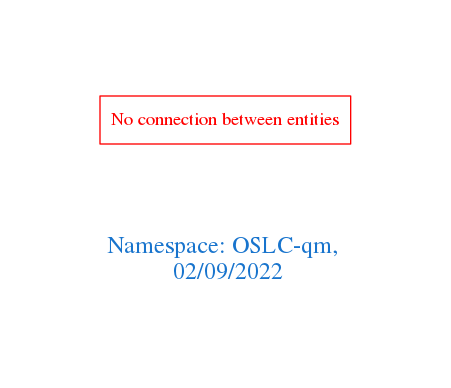
arago/OGIT keeps this Graphviz diagram as downloads/OSLC-qm.png. Above is the earlier version. Its source is kept beside it as downloads/OSLC-qm.dot.
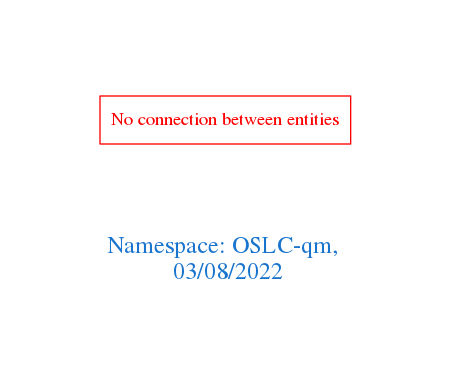
The same file after the commit.

Diff of the diagram source:
```diff
@@ -1,7 +1,7 @@
 digraph OGIT_ontology {
  graph [ rankdir= LR,pad=1
 fontsize = 18,
-fontcolor= dodgerblue3,label = "\n\n\nNamespace: OSLC-qm, \n 02/09/2022"];
+fontcolor= dodgerblue3,label = "\n\n\nNamespace: OSLC-qm, \n 03/08/2022"];
 node[shape=polygon];
 edge [  color="gray81"];
 
```
